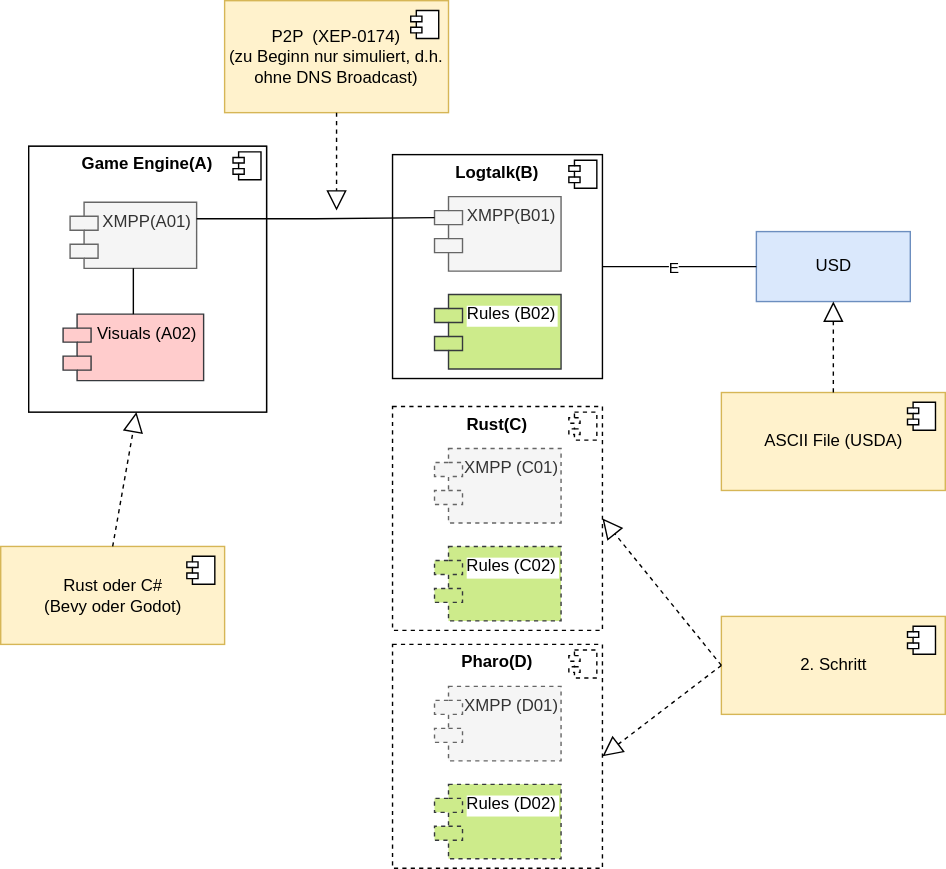
Before: doc/USD_traffic_bench.svg, a diagram exported from draw.io (hnbeck/ECTrafficModeller). Source tidied: cells renumbered, new cells last; positions are measured from the earlier drawing's top-left corner, leaving out a move shared by most shapes.
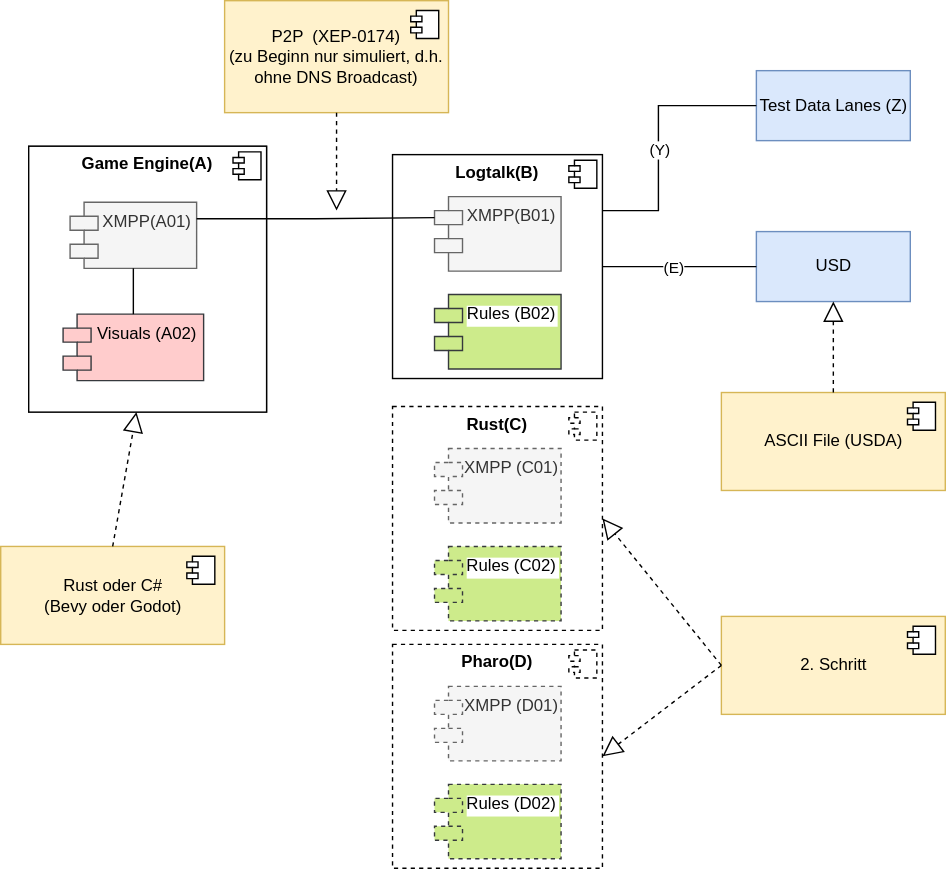
Later version of the same file.

What changed in the source:
```diff
@@ -48,7 +48,7 @@
     <mxCell id="15" style="endArrow=none;html=1;edgeStyle=orthogonalEdgeStyle;exitX=1;exitY=0.5;exitDx=0;exitDy=0;entryX=0;entryY=0.5;entryDx=0;entryDy=0;rounded=0;" parent="1" edge="1" source="3" target="13">
       <mxGeometry relative="1" as="geometry" />
     </mxCell>
-    <mxCell id="16" value="E" style="edgeLabel;html=1;align=center;verticalAlign=middle;" parent="15" vertex="1">
+    <mxCell id="16" value="(E)" style="edgeLabel;html=1;align=center;verticalAlign=middle;" parent="15" vertex="1">
       <mxGeometry x="-0.09" relative="1" as="geometry" />
     </mxCell>
     <mxCell id="17" value="Rust oder C#&lt;br&gt;(Bevy oder Godot)" style="html=1;fillColor=#fff2cc;strokeColor=#d6b656;" parent="1" vertex="1">
@@ -134,5 +134,19 @@
     <mxCell id="39" style="endArrow=block;dashed=1;endFill=0;endSize=12;html=1;rounded=0;entryX=1;entryY=0.5;entryDx=0;entryDy=0;exitX=0;exitY=0.5;exitDx=0;exitDy=0;" parent="1" edge="1" source="36" target="32">
       <mxGeometry relative="1" as="geometry" />
     </mxCell>
+    <mxCell id="40" value="Test Data Lanes (Z)" style="html=1;fillColor=#dae8fc;strokeColor=#6c8ebf;" parent="1" vertex="1">
+      <mxGeometry x="540" y="50" width="110" height="50" as="geometry" />
+    </mxCell>
+    <mxCell id="41" style="endArrow=none;html=1;edgeStyle=orthogonalEdgeStyle;exitX=1;exitY=0.25;exitDx=0;exitDy=0;entryX=0;entryY=0.5;entryDx=0;entryDy=0;rounded=0;" parent="1" edge="1" source="3" target="40">
+      <mxGeometry relative="1" as="geometry">
+        <Array as="points">
+          <mxPoint x="470" y="150" />
+          <mxPoint x="470" y="75" />
+        </Array>
+      </mxGeometry>
+    </mxCell>
+    <mxCell id="42" value="(Y)" style="edgeLabel;html=1;align=center;verticalAlign=middle;" parent="41" vertex="1">
+      <mxGeometry x="-0.09" relative="1" as="geometry" />
+    </mxCell>
   </root>
 </mxGraphModel>
```
